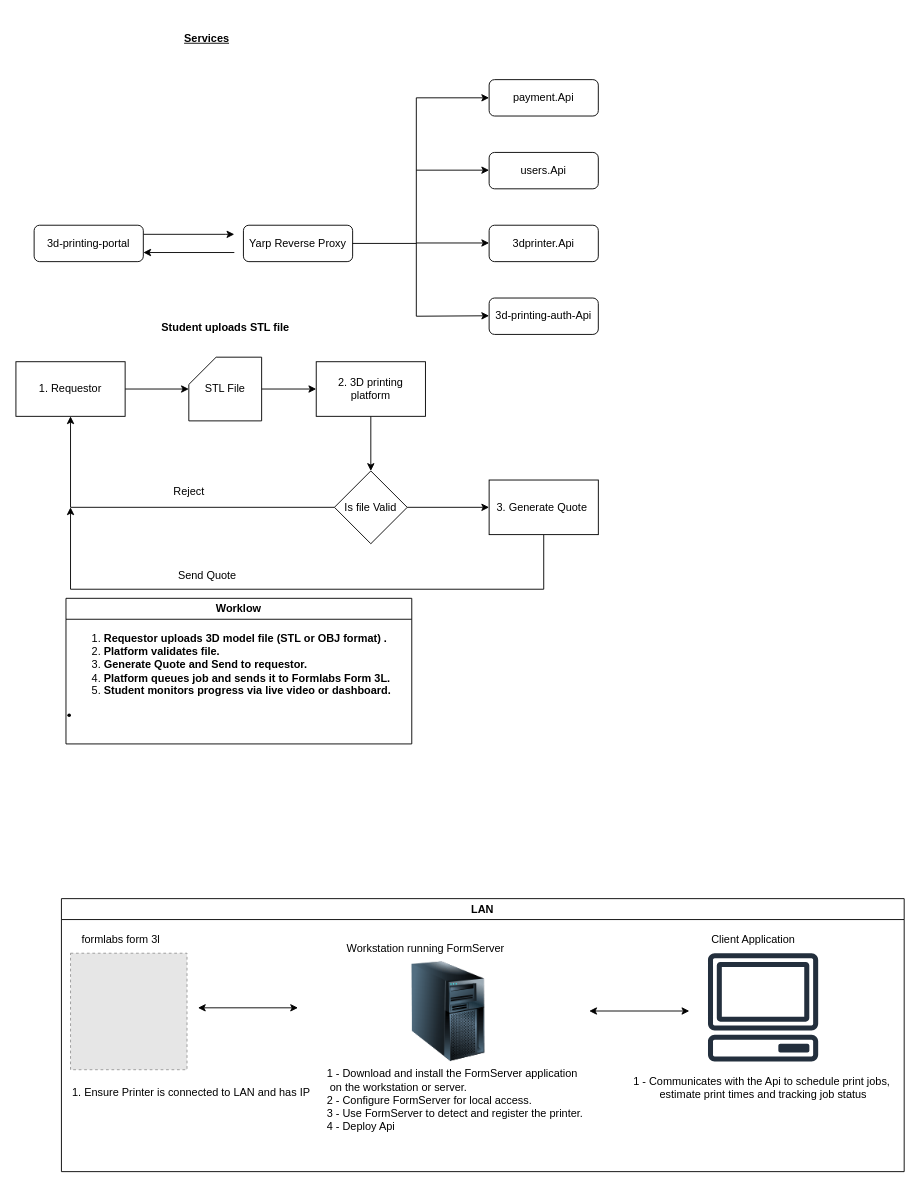
Before: 3dPrintingApplicationDesign.drawio in SifisoMzansi/architecture-diagrams, a draw.io diagram. Source tidied: cells renumbered, new cells numbered last; positions are measured from the earlier drawing's top-left corner, leaving out a move shared by most shapes. Both pictures are drawn from the tidied source at 91%, with x=0, y=0 at pixel (15, 25). Pictures stored in the file or linked from it are replaced by grey dashed boxes.
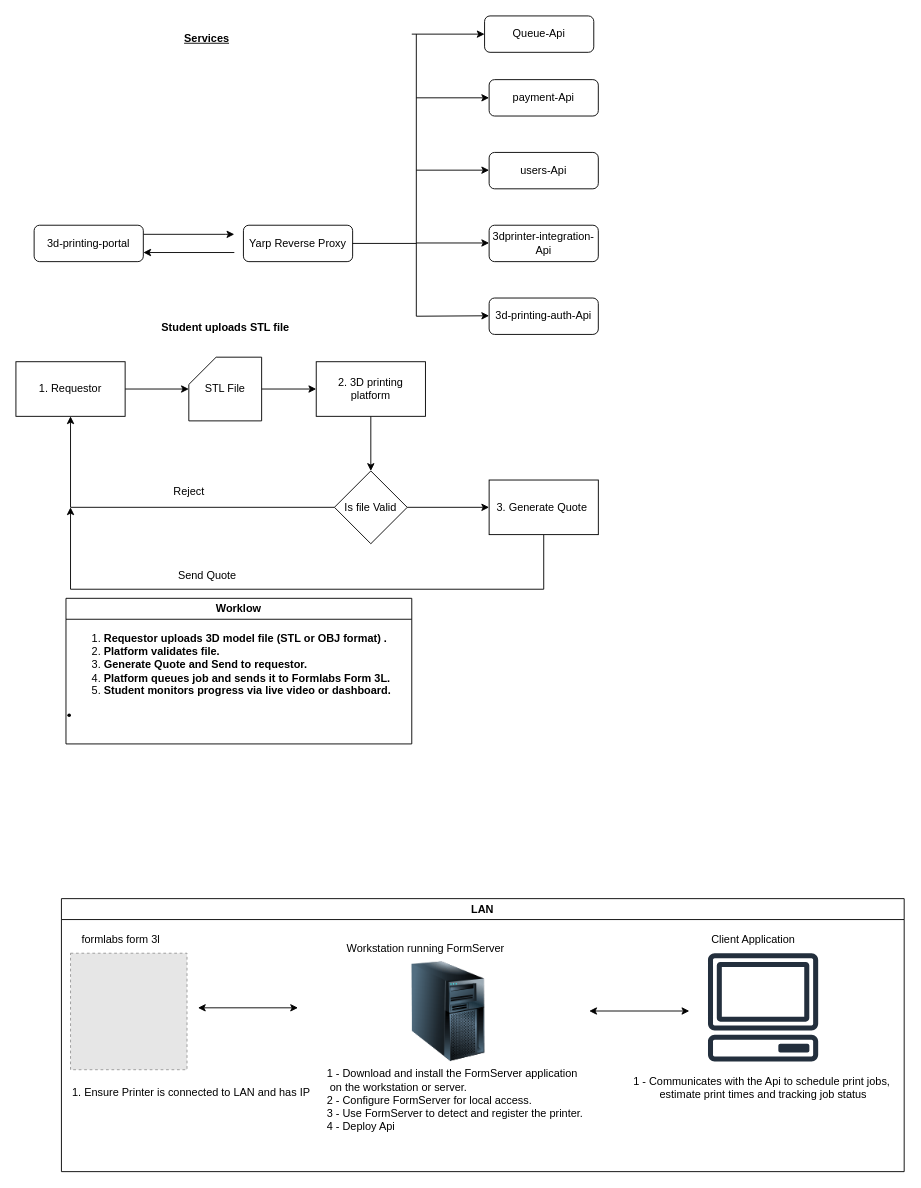
Above is the later version.

Diff of the diagram source:
```diff
@@
-    <mxCell id="5" value="payment.Api" style="rounded=1;whiteSpace=wrap;html=1;" parent="1" vertex="1">
+    <mxCell id="5" value="payment-Api" style="rounded=1;whiteSpace=wrap;html=1;" parent="1" vertex="1">
       <mxGeometry x="520" y="60" width="120" height="40" as="geometry" />
     </mxCell>
-    <mxCell id="6" value="users.Api" style="rounded=1;whiteSpace=wrap;html=1;" parent="1" vertex="1">
+    <mxCell id="6" value="users-Api" style="rounded=1;whiteSpace=wrap;html=1;" parent="1" vertex="1">
       <mxGeometry x="520" y="140" width="120" height="40" as="geometry" />
     </mxCell>
-    <mxCell id="7" value="3dprinter.Api" style="rounded=1;whiteSpace=wrap;html=1;" parent="1" vertex="1">
+    <mxCell id="7" value="3dprinter-integration-Api" style="rounded=1;whiteSpace=wrap;html=1;" parent="1" vertex="1">
       <mxGeometry x="520" y="220" width="120" height="40" as="geometry" />
     </mxCell>
     <mxCell id="8" style="endArrow=none;html=1;rounded=0;" parent="1" edge="1">
       <mxGeometry relative="1" as="geometry">
         <mxPoint x="440" y="320" as="sourcePoint" />
-        <mxPoint x="440" y="80" as="targetPoint" />
+        <mxPoint x="440" y="10" as="targetPoint" />
       </mxGeometry>
     </mxCell>
@@
+    <mxCell id="45" value="Queue-Api" style="rounded=1;whiteSpace=wrap;html=1;" parent="1" vertex="1">
+      <mxGeometry x="515" y="-10" width="120" height="40" as="geometry" />
+    </mxCell>
+    <mxCell id="46" style="endArrow=classic;html=1;rounded=0;entryX=0;entryY=0.5;entryDx=0;entryDy=0;" parent="1" edge="1" target="45">
+      <mxGeometry relative="1" as="geometry">
+        <mxPoint x="435" y="10" as="sourcePoint" />
+      </mxGeometry>
+    </mxCell>
```
